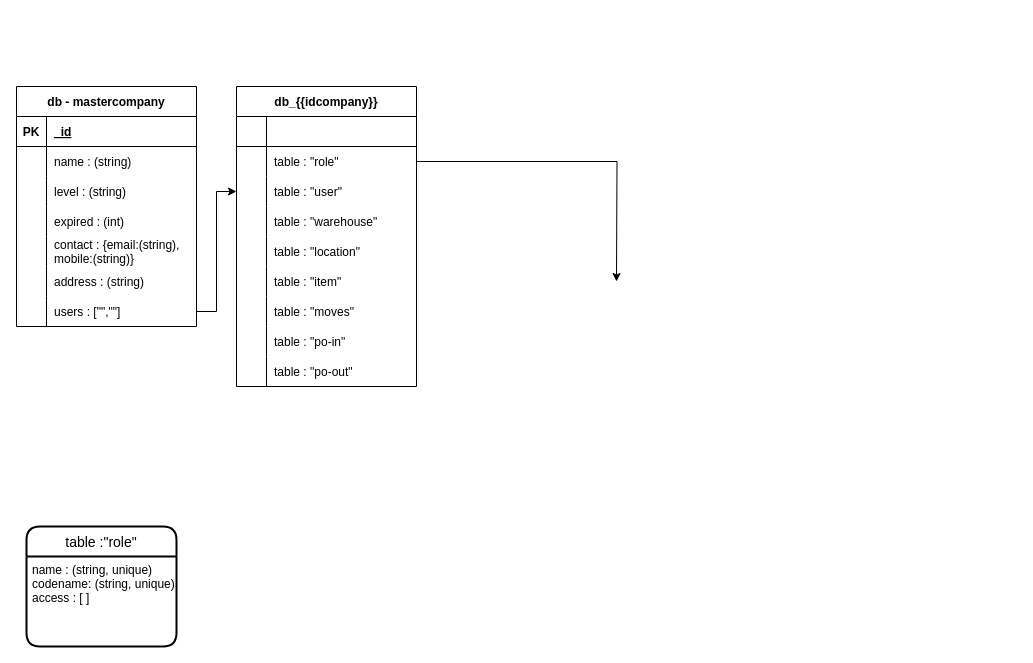
The draw.io diagram Untitled Diagram.drawio in salomo07/wmsserver, before the edit. Source tidied: cells renumbered, new cells numbered last; positions are measured from the earlier drawing's top-left corner, leaving out a move shared by most shapes. Both pictures are drawn from the tidied source at 100%, with x=0, y=0 at pixel (16, 86).
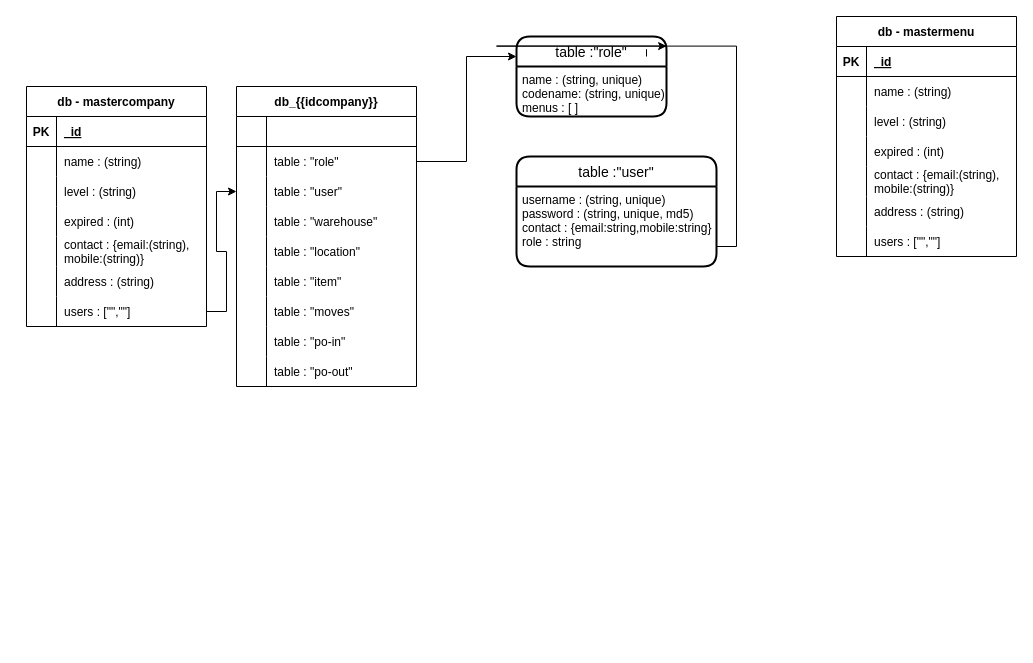
After the change.

Unchanged cells that the change refers to:
```xml
<mxCell id="25" value="db_{{idcompany}}" style="shape=table;startSize=30;childLayout=tableLayout;rowLines=0;fontStyle=1;align=center;" parent="1" vertex="1">
  <mxGeometry x="220" width="180" height="300" as="geometry" />
</mxCell>
<mxCell id="29" style="shape=tableRow;horizontal=0;startSize=0;swimlaneHead=0;swimlaneBody=0;fillColor=none;points=[[0,0.5],[1,0.5]];portConstraint=eastwest;top=0;left=0;right=0;bottom=0;" parent="25" vertex="1">
  <mxGeometry y="60" width="180" height="30" as="geometry" />
</mxCell>
```

What changed in the source:
```diff
@@
     <mxCell id="2" value="db - mastercompany" style="shape=table;startSize=30;childLayout=tableLayout;rowLines=0;fontStyle=1;align=center;" parent="1" vertex="1">
-      <mxGeometry width="180" height="240" as="geometry" />
+      <mxGeometry x="10" width="180" height="240" as="geometry" />
     </mxCell>
@@
-    <mxCell id="24" style="edgeStyle=orthogonalEdgeStyle;rounded=0;jettySize=auto;html=1;" parent="1" edge="1" source="29">
-      <mxGeometry relative="1" as="geometry">
-        <mxPoint x="600" y="195" as="targetPoint" />
-      </mxGeometry>
-    </mxCell>
+    <mxCell id="56" style="edgeStyle=orthogonalEdgeStyle;rounded=0;jettySize=auto;html=1;exitX=1;exitY=0.25;exitDx=0;exitDy=0;entryX=0;entryY=0.25;entryDx=0;entryDy=0;" parent="1" edge="1" source="25" target="54">
+      <mxGeometry relative="1" as="geometry" />
+    </mxCell>
@@
+    <mxCell id="57" value="table :&quot;user&quot;" style="swimlane;horizontal=1;startSize=30;rounded=1;fontSize=14;fontStyle=0;strokeWidth=2;shadow=0;dashed=0;align=center;" parent="1" vertex="1">
+      <mxGeometry x="500" y="70" width="200" height="110" as="geometry" />
+    </mxCell>
+    <mxCell id="58" value="username : (string, unique)&#10;password : (string, unique, md5)&#10;contact : {email:string,mobile:string}&#10;role : string" style="align=left;strokeColor=none;fillColor=none;spacingLeft=4;fontSize=12;verticalAlign=top;" parent="57" vertex="1">
+      <mxGeometry y="30" width="200" height="80" as="geometry" />
+    </mxCell>
+    <mxCell id="59" value="db - mastermenu" style="shape=table;startSize=30;childLayout=tableLayout;rowLines=0;fontStyle=1;align=center;" parent="1" vertex="1">
+      <mxGeometry x="820" y="-70" width="180" height="240" as="geometry" />
+    </mxCell>
+    <mxCell id="60" style="shape=tableRow;horizontal=0;startSize=0;swimlaneHead=0;swimlaneBody=0;fillColor=none;top=0;left=0;right=0;bottom=1;" parent="59" vertex="1">
+      <mxGeometry y="30" width="180" height="30" as="geometry" />
+    </mxCell>
+    <mxCell id="61" value="PK" style="shape=partialRectangle;fillColor=none;top=0;left=0;bottom=0;right=0;fontStyle=1;overflow=hidden;" parent="60" vertex="1">
+      <mxGeometry width="30" height="30" as="geometry" />
+    </mxCell>
+    <mxCell id="62" value="_id" style="shape=partialRectangle;fillColor=none;top=0;left=0;bottom=0;right=0;align=left;spacingLeft=6;fontStyle=5;overflow=hidden;" parent="60" vertex="1">
+      <mxGeometry x="30" width="150" height="30" as="geometry" />
+    </mxCell>
+    <mxCell id="63" style="shape=tableRow;horizontal=0;startSize=0;swimlaneHead=0;swimlaneBody=0;fillColor=none;top=0;left=0;right=0;bottom=0;" parent="59" vertex="1">
+      <mxGeometry y="60" width="180" height="30" as="geometry" />
+    </mxCell>
+    <mxCell id="64" style="shape=partialRectangle;fillColor=none;top=0;left=0;bottom=0;right=0;overflow=hidden;" parent="63" vertex="1">
+      <mxGeometry width="30" height="30" as="geometry" />
+    </mxCell>
+    <mxCell id="65" value="name : (string)" style="shape=partialRectangle;fillColor=none;top=0;left=0;bottom=0;right=0;align=left;spacingLeft=6;overflow=hidden;" parent="63" vertex="1">
+      <mxGeometry x="30" width="150" height="30" as="geometry" />
+    </mxCell>
+    <mxCell id="66" style="shape=tableRow;horizontal=0;startSize=0;swimlaneHead=0;swimlaneBody=0;fillColor=none;top=0;left=0;right=0;bottom=0;" parent="59" vertex="1">
+      <mxGeometry y="90" width="180" height="30" as="geometry" />
+    </mxCell>
+    <mxCell id="67" style="shape=partialRectangle;fillColor=none;top=0;left=0;bottom=0;right=0;overflow=hidden;" parent="66" vertex="1">
+      <mxGeometry width="30" height="30" as="geometry" />
+    </mxCell>
+    <mxCell id="68" value="level : (string)" style="shape=partialRectangle;fillColor=none;top=0;left=0;bottom=0;right=0;align=left;spacingLeft=6;overflow=hidden;" parent="66" vertex="1">
+      <mxGeometry x="30" width="150" height="30" as="geometry" />
+    </mxCell>
+    <mxCell id="69" style="shape=tableRow;horizontal=0;startSize=0;swimlaneHead=0;swimlaneBody=0;fillColor=none;top=0;left=0;right=0;bottom=0;" parent="59" vertex="1">
+      <mxGeometry y="120" width="180" height="30" as="geometry" />
+    </mxCell>
+    <mxCell id="70" style="shape=partialRectangle;fillColor=none;top=0;left=0;bottom=0;right=0;overflow=hidden;" parent="69" vertex="1">
+      <mxGeometry width="30" height="30" as="geometry" />
+    </mxCell>
+    <mxCell id="71" value="expired : (int)" style="shape=partialRectangle;fillColor=none;top=0;left=0;bottom=0;right=0;align=left;spacingLeft=6;overflow=hidden;" parent="69" vertex="1">
+      <mxGeometry x="30" width="150" height="30" as="geometry" />
+    </mxCell>
+    <mxCell id="72" style="shape=tableRow;horizontal=0;startSize=0;swimlaneHead=0;swimlaneBody=0;fillColor=none;top=0;left=0;right=0;bottom=0;" parent="59" vertex="1">
+      <mxGeometry y="150" width="180" height="30" as="geometry" />
+    </mxCell>
+    <mxCell id="73" style="shape=partialRectangle;fillColor=none;top=0;left=0;bottom=0;right=0;overflow=hidden;" parent="72" vertex="1">
+      <mxGeometry width="30" height="30" as="geometry" />
+    </mxCell>
+    <mxCell id="74" value="contact : {email:(string),&#10;mobile:(string)}" style="shape=partialRectangle;fillColor=none;top=0;left=0;bottom=0;right=0;align=left;spacingLeft=6;overflow=hidden;" parent="72" vertex="1">
+      <mxGeometry x="30" width="150" height="30" as="geometry" />
+    </mxCell>
+    <mxCell id="75" style="shape=tableRow;horizontal=0;startSize=0;swimlaneHead=0;swimlaneBody=0;fillColor=none;top=0;left=0;right=0;bottom=0;" parent="59" vertex="1">
+      <mxGeometry y="180" width="180" height="30" as="geometry" />
+    </mxCell>
+    <mxCell id="76" style="shape=partialRectangle;fillColor=none;top=0;left=0;bottom=0;right=0;overflow=hidden;" parent="75" vertex="1">
+      <mxGeometry width="30" height="30" as="geometry" />
+    </mxCell>
+    <mxCell id="77" value="address : (string)" style="shape=partialRectangle;fillColor=none;top=0;left=0;bottom=0;right=0;align=left;spacingLeft=6;overflow=hidden;" parent="75" vertex="1">
+      <mxGeometry x="30" width="150" height="30" as="geometry" />
+    </mxCell>
+    <mxCell id="78" style="shape=tableRow;horizontal=0;startSize=0;swimlaneHead=0;swimlaneBody=0;fillColor=none;top=0;left=0;right=0;bottom=0;" parent="59" vertex="1">
+      <mxGeometry y="210" width="180" height="30" as="geometry" />
+    </mxCell>
+    <mxCell id="79" style="shape=partialRectangle;fillColor=none;top=0;left=0;bottom=0;right=0;overflow=hidden;" parent="78" vertex="1">
+      <mxGeometry width="30" height="30" as="geometry" />
+    </mxCell>
+    <mxCell id="80" value="users : [&quot;&quot;,&quot;&quot;]" style="shape=partialRectangle;fillColor=none;top=0;left=0;bottom=0;right=0;align=left;spacingLeft=6;overflow=hidden;" parent="78" vertex="1">
+      <mxGeometry x="30" width="150" height="30" as="geometry" />
+    </mxCell>
     <mxCell id="54" value="table :&quot;role&quot;" style="swimlane;horizontal=1;startSize=30;rounded=1;fontSize=14;fontStyle=0;strokeWidth=2;shadow=0;dashed=0;align=center;" parent="1" vertex="1">
-      <mxGeometry x="10" y="440" width="150" height="120" as="geometry" />
+      <mxGeometry x="500" y="-50" width="150" height="80" as="geometry" />
     </mxCell>
-    <mxCell id="55" value="name : (string, unique)&#10;codename: (string, unique)&#10;access : [ ]" style="align=left;strokeColor=none;fillColor=none;spacingLeft=4;fontSize=12;verticalAlign=top;" parent="54" vertex="1">
-      <mxGeometry y="30" width="150" height="90" as="geometry" />
+    <mxCell id="55" value="name : (string, unique)&#10;codename: (string, unique)&#10;menus : [ ]" style="align=left;strokeColor=none;fillColor=none;spacingLeft=4;fontSize=12;verticalAlign=top;" parent="54" vertex="1">
+      <mxGeometry y="30" width="150" height="50" as="geometry" />
     </mxCell>
+    <mxCell id="81" style="edgeStyle=orthogonalEdgeStyle;rounded=0;jettySize=auto;html=1;endArrow=none;" parent="1" edge="1" target="54">
+      <mxGeometry relative="1" as="geometry">
+        <mxPoint x="630" y="-30" as="sourcePoint" />
+        <Array as="points">
+          <mxPoint x="580" y="-30" />
+          <mxPoint x="450" y="-30" />
+        </Array>
+      </mxGeometry>
+    </mxCell>
+    <mxCell id="82" style="edgeStyle=orthogonalEdgeStyle;rounded=0;jettySize=auto;html=1;exitX=1;exitY=0.75;exitDx=0;exitDy=0;entryX=1.001;entryY=0.12;entryDx=0;entryDy=0;entryPerimeter=0;" parent="1" edge="1" source="58" target="54">
+      <mxGeometry relative="1" as="geometry" />
+    </mxCell>
```
